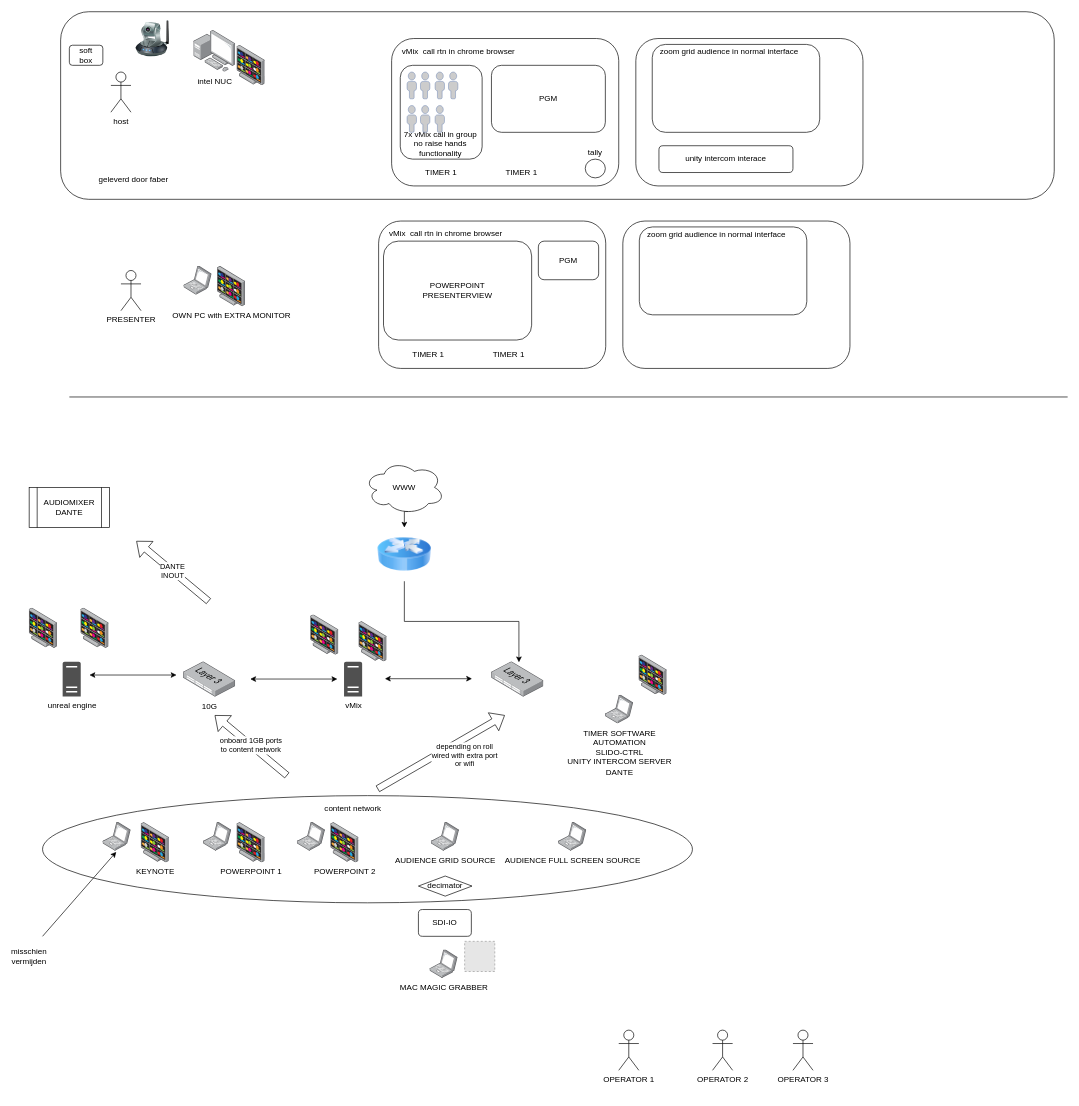
Earlier version of the draw.io diagram Untitled Diagram.drawio (MauriceVeraart/XLStoCCG). Source tidied: cells renumbered, new cells numbered last; positions are measured from the earlier drawing's top-left corner, leaving out a move shared by most shapes. Both pictures are drawn from the tidied source at 67%, with x=0, y=0 at pixel (15, 11). Pictures stored in the file or linked from it are replaced by grey dashed boxes.
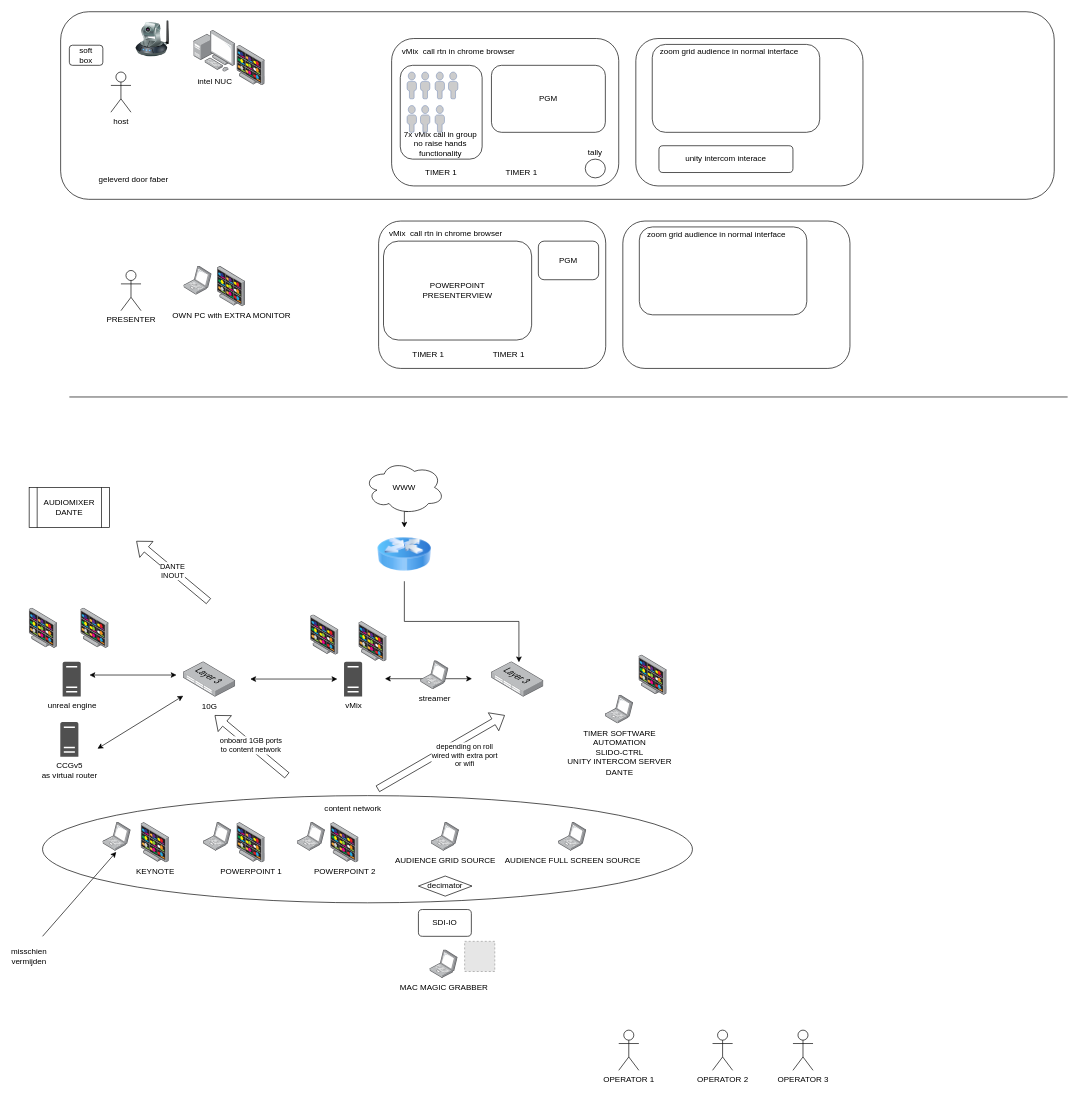
After the change.

The change refers to these unchanged cells:
```xml
<mxCell id="10" value="10G" style="points=[];html=1;align=center;shadow=0;dashed=0;image;image=img/lib/allied_telesis/switch/Switch_48_port_L3.svg;" parent="1" vertex="1">
  <mxGeometry x="250" y="970" width="78" height="52.8" as="geometry" />
</mxCell>
```

Change to the diagram source:
```diff
@@
+    <mxCell id="73" style="rounded=1;whiteSpace=wrap;html=1;fillColor=none;" parent="1" vertex="1">
+      <mxGeometry x="67" width="1483" height="280" as="geometry" />
+    </mxCell>
@@
-    <mxCell id="73" style="rounded=1;whiteSpace=wrap;html=1;fillColor=none;" parent="1" vertex="1">
-      <mxGeometry x="67" width="1483" height="280" as="geometry" />
-    </mxCell>
@@
+    <mxCell id="82" value="&lt;div&gt;streamer&lt;/div&gt;" style="html=1;align=center;shadow=0;dashed=0;image;image=img/lib/allied_telesis/computer_and_terminals/Laptop.svg;" parent="1" vertex="1">
+      <mxGeometry x="604.1" y="968.6" width="42.1" height="42.8" as="geometry" />
+    </mxCell>
+    <mxCell id="83" value="&lt;div&gt;CCGv5&lt;/div&gt;&lt;div&gt;as virtual router&lt;br&gt;&lt;/div&gt;" style="shadow=0;dashed=0;html=1;strokeColor=none;fillColor=#505050;labelPosition=center;verticalLabelPosition=bottom;verticalAlign=top;align=center;shape=mxgraph.office.servers.server_generic;" parent="1" vertex="1">
+      <mxGeometry x="66.5" y="1060" width="27" height="52" as="geometry" />
+    </mxCell>
+    <mxCell id="84" style="endArrow=classic;startArrow=classic;html=1;entryX=0;entryY=0.966;entryDx=0;entryDy=0;entryPerimeter=0;" parent="1" edge="1" target="10">
+      <mxGeometry relative="1" as="geometry">
+        <mxPoint x="122" y="1100" as="sourcePoint" />
+      </mxGeometry>
+    </mxCell>
```
